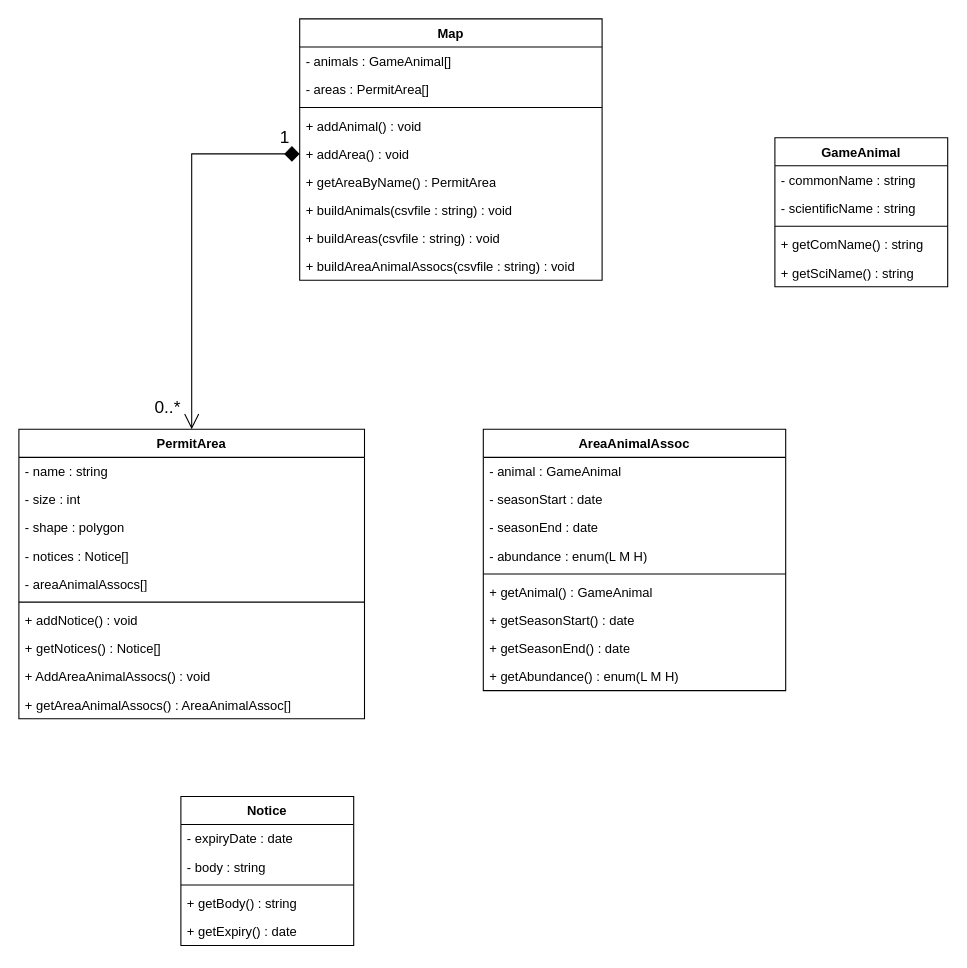
This is Class Diagram.drawio from h0dgep0dge/itsd6.349, a draw.io file, before an edit. Source tidied: cells renumbered, new cells numbered last; positions are measured from the earlier drawing's top-left corner, leaving out a move shared by most shapes. Both pictures are drawn from the tidied source at 108%, with x=0, y=0 at pixel (18, 18).
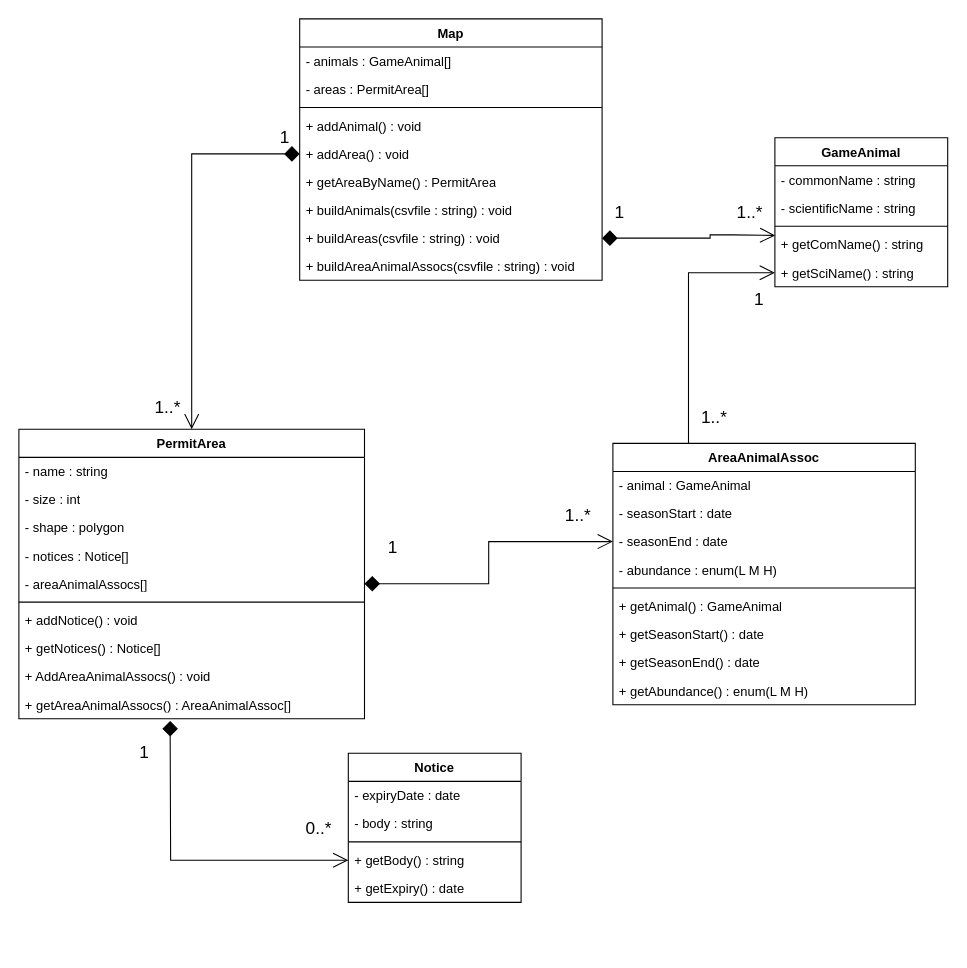
After the change.

The change refers to these unchanged cells:
```xml
<mxCell id="7" value="- areaAnimalAssocs[]" style="text;strokeColor=none;fillColor=none;align=left;verticalAlign=top;spacingLeft=4;spacingRight=4;overflow=hidden;points=[[0,0.5],[1,0.5]];portConstraint=eastwest;whiteSpace=wrap;html=1;" parent="2" vertex="1">
  <mxGeometry y="130" width="320" height="26" as="geometry" />
</mxCell>
<mxCell id="21" value="+ buildAreas(csvfile : string) : void" style="text;strokeColor=none;fillColor=none;align=left;verticalAlign=top;spacingLeft=4;spacingRight=4;overflow=hidden;points=[[0,0.5],[1,0.5]];portConstraint=eastwest;whiteSpace=wrap;html=1;" parent="13" vertex="1">
  <mxGeometry y="190" width="280" height="26" as="geometry" />
</mxCell>
<mxCell id="27" value="+ getBody() : string" style="text;strokeColor=none;fillColor=none;align=left;verticalAlign=top;spacingLeft=4;spacingRight=4;overflow=hidden;points=[[0,0.5],[1,0.5]];portConstraint=eastwest;whiteSpace=wrap;html=1;" parent="23" vertex="1">
  <mxGeometry y="86" width="160" height="26" as="geometry" />
</mxCell>
<mxCell id="33" value="+ getComName() : string" style="text;strokeColor=none;fillColor=none;align=left;verticalAlign=top;spacingLeft=4;spacingRight=4;overflow=hidden;points=[[0,0.5],[1,0.5]];portConstraint=eastwest;whiteSpace=wrap;html=1;" parent="29" vertex="1">
  <mxGeometry y="86" width="160" height="26" as="geometry" />
</mxCell>
<mxCell id="34" value="+ getSciName() : string" style="text;strokeColor=none;fillColor=none;align=left;verticalAlign=top;spacingLeft=4;spacingRight=4;overflow=hidden;points=[[0,0.5],[1,0.5]];portConstraint=eastwest;whiteSpace=wrap;html=1;" parent="29" vertex="1">
  <mxGeometry y="112" width="160" height="26" as="geometry" />
</mxCell>
<mxCell id="38" value="- seasonEnd : date" style="text;strokeColor=none;fillColor=none;align=left;verticalAlign=top;spacingLeft=4;spacingRight=4;overflow=hidden;points=[[0,0.5],[1,0.5]];portConstraint=eastwest;whiteSpace=wrap;html=1;" parent="35" vertex="1">
  <mxGeometry y="78" width="280" height="26" as="geometry" />
</mxCell>
<mxCell id="45" style="endArrow=open;html=1;edgeStyle=orthogonalEdgeStyle;rounded=0;exitX=0;exitY=0.5;exitDx=0;exitDy=0;entryX=0.5;entryY=0;entryDx=0;entryDy=0;startArrow=diamond;startFill=1;endFill=0;endSize=12;startSize=12;fontSize=13;" parent="1" edge="1" source="18" target="2">
  <mxGeometry relative="1" as="geometry">
    <Array as="points">
      <mxPoint x="160" y="125" />
    </Array>
  </mxGeometry>
</mxCell>
```

Change to the diagram source:
```diff
@@
     <mxCell id="23" value="Notice" style="swimlane;fontStyle=1;align=center;verticalAlign=top;horizontal=1;startSize=26;whiteSpace=wrap;html=1;" parent="1" vertex="1">
-      <mxGeometry x="150" y="720" width="160" height="138" as="geometry" />
+      <mxGeometry x="305" y="680" width="160" height="138" as="geometry" />
     </mxCell>
@@
     <mxCell id="35" value="AreaAnimalAssoc" style="swimlane;fontStyle=1;align=center;verticalAlign=top;horizontal=1;startSize=26;whiteSpace=wrap;html=1;" parent="1" vertex="1">
-      <mxGeometry x="430" y="380" width="280" height="242" as="geometry" />
+      <mxGeometry x="550" y="393" width="280" height="242" as="geometry" />
     </mxCell>
@@
-    <mxCell id="47" value="0..*" style="edgeLabel;html=1;align=right;verticalAlign=bottom;fontSize=16;" parent="45" vertex="1">
+    <mxCell id="47" value="&lt;div&gt;1..*&lt;/div&gt;" style="edgeLabel;html=1;align=right;verticalAlign=bottom;fontSize=16;" parent="45" vertex="1">
       <mxGeometry x="1" relative="1" as="geometry">
         <mxPoint x="-10" y="-10" as="offset" />
       </mxGeometry>
     </mxCell>
+    <mxCell id="48" style="endArrow=open;html=1;edgeStyle=orthogonalEdgeStyle;rounded=0;endSize=12;startSize=12;exitX=1;exitY=0.5;exitDx=0;exitDy=0;entryX=0;entryY=0.5;entryDx=0;entryDy=0;startArrow=diamond;startFill=1;endFill=0;" parent="1" edge="1" source="7" target="38">
+      <mxGeometry relative="1" as="geometry" />
+    </mxCell>
+    <mxCell id="49" value="1" style="edgeLabel;html=1;align=left;verticalAlign=bottom;fontSize=16;" parent="48" vertex="1">
+      <mxGeometry x="-1" relative="1" as="geometry">
+        <mxPoint x="20" y="-23" as="offset" />
+      </mxGeometry>
+    </mxCell>
+    <mxCell id="50" value="1..*" style="edgeLabel;html=1;align=right;verticalAlign=bottom;fontSize=16;" parent="48" vertex="1">
+      <mxGeometry x="1" relative="1" as="geometry">
+        <mxPoint x="-20" y="-14" as="offset" />
+      </mxGeometry>
+    </mxCell>
+    <mxCell id="51" style="endArrow=open;html=1;edgeStyle=orthogonalEdgeStyle;rounded=0;endSize=12;startSize=12;entryX=0;entryY=0.5;entryDx=0;entryDy=0;startArrow=diamond;startFill=1;endFill=0;" parent="1" edge="1" target="27">
+      <mxGeometry relative="1" as="geometry">
+        <mxPoint x="140" y="650" as="sourcePoint" />
+      </mxGeometry>
+    </mxCell>
+    <mxCell id="52" value="1" style="edgeLabel;html=1;align=left;verticalAlign=bottom;fontSize=16;" parent="51" vertex="1">
+      <mxGeometry x="-1" relative="1" as="geometry">
+        <mxPoint x="-30" y="40" as="offset" />
+      </mxGeometry>
+    </mxCell>
+    <mxCell id="53" value="0..*" style="edgeLabel;html=1;align=right;verticalAlign=bottom;fontSize=16;" parent="51" vertex="1">
+      <mxGeometry x="1" relative="1" as="geometry">
+        <mxPoint x="-15" y="-19" as="offset" />
+      </mxGeometry>
+    </mxCell>
+    <mxCell id="54" style="endArrow=open;html=1;edgeStyle=orthogonalEdgeStyle;rounded=0;endSize=12;startSize=12;exitX=1;exitY=0.5;exitDx=0;exitDy=0;startArrow=diamond;startFill=1;endFill=0;entryX=0.002;entryY=0.172;entryDx=0;entryDy=0;entryPerimeter=0;" parent="1" edge="1" source="21" target="33">
+      <mxGeometry relative="1" as="geometry">
+        <Array as="points">
+          <mxPoint x="640" y="203" />
+          <mxPoint x="640" y="200" />
+          <mxPoint x="660" y="200" />
+        </Array>
+      </mxGeometry>
+    </mxCell>
+    <mxCell id="55" value="1" style="edgeLabel;html=1;align=left;verticalAlign=bottom;fontSize=16;" parent="54" vertex="1">
+      <mxGeometry x="-1" relative="1" as="geometry">
+        <mxPoint x="10" y="-13" as="offset" />
+      </mxGeometry>
+    </mxCell>
+    <mxCell id="56" value="1..*" style="edgeLabel;html=1;align=right;verticalAlign=bottom;fontSize=16;" parent="54" vertex="1">
+      <mxGeometry x="1" relative="1" as="geometry">
+        <mxPoint x="-11" y="-10" as="offset" />
+      </mxGeometry>
+    </mxCell>
+    <mxCell id="57" style="endArrow=open;html=1;edgeStyle=orthogonalEdgeStyle;rounded=0;endSize=12;startSize=12;exitX=0.25;exitY=0;exitDx=0;exitDy=0;entryX=0;entryY=0.5;entryDx=0;entryDy=0;endFill=0;" parent="1" edge="1" source="35" target="34">
+      <mxGeometry relative="1" as="geometry" />
+    </mxCell>
+    <mxCell id="58" value="1..*" style="edgeLabel;html=1;align=left;verticalAlign=bottom;fontSize=16;" parent="57" vertex="1">
+      <mxGeometry x="-1" relative="1" as="geometry">
+        <mxPoint x="10" y="-13" as="offset" />
+      </mxGeometry>
+    </mxCell>
+    <mxCell id="59" value="1" style="edgeLabel;html=1;align=right;verticalAlign=bottom;fontSize=16;" parent="57" vertex="1">
+      <mxGeometry x="1" relative="1" as="geometry">
+        <mxPoint x="-10" y="35" as="offset" />
+      </mxGeometry>
+    </mxCell>
```
